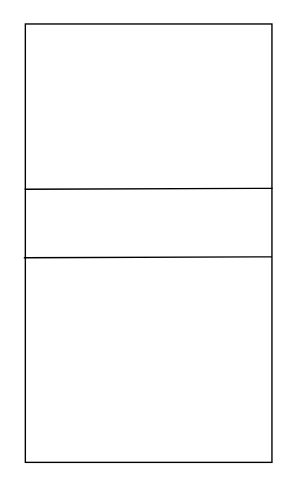
The draw.io diagram Map View.drawio in louisslater/AR-Detective-Game, before the edit. Source tidied: cells renumbered, new cells numbered last; positions are measured from the earlier drawing's top-left corner, leaving out a move shared by most shapes. Both pictures are drawn from the tidied source at 137%, with x=0, y=0 at pixel (23, 23).
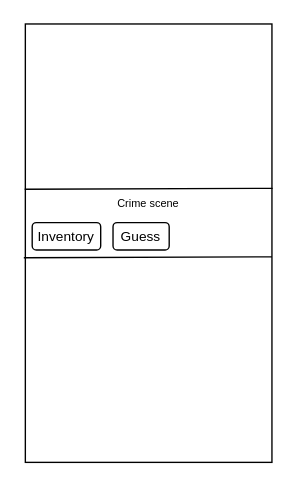
Above is the later version.

Change to the diagram source:
```diff
@@
 <mxGraphModel>
   <root>
     <mxCell id="0" />
     <mxCell id="1" parent="0" />
     <mxCell id="2" style="rounded=0;whiteSpace=wrap;html=1;" parent="1" vertex="1">
       <mxGeometry x="1" width="180" height="320" as="geometry" />
     </mxCell>
     <mxCell id="3" style="endArrow=none;html=1;rounded=0;entryX=1.006;entryY=0.432;entryDx=0;entryDy=0;entryPerimeter=0;exitX=0;exitY=0.434;exitDx=0;exitDy=0;exitPerimeter=0;" parent="1" edge="1">
       <mxGeometry relative="1" as="geometry">
         <mxPoint x="0.5" y="120.6" as="sourcePoint" />
         <mxPoint x="181.5" y="120" as="targetPoint" />
       </mxGeometry>
     </mxCell>
     <mxCell id="4" style="endArrow=none;html=1;rounded=0;entryX=1.006;entryY=0.432;entryDx=0;entryDy=0;entryPerimeter=0;exitX=0;exitY=0.434;exitDx=0;exitDy=0;exitPerimeter=0;" parent="1" edge="1">
       <mxGeometry relative="1" as="geometry">
         <mxPoint x="-0.1" y="170.6" as="sourcePoint" />
         <mxPoint x="181" y="170" as="targetPoint" />
       </mxGeometry>
     </mxCell>
+    <mxCell id="5" value="&lt;font size=&quot;1&quot;&gt;Inventory&lt;/font&gt;" style="rounded=1;whiteSpace=wrap;html=1;" parent="1" vertex="1">
+      <mxGeometry x="6" y="145" width="50" height="20" as="geometry" />
+    </mxCell>
+    <mxCell id="6" value="&lt;font size=&quot;1&quot;&gt;Guess&lt;/font&gt;" style="rounded=1;whiteSpace=wrap;html=1;" parent="1" vertex="1">
+      <mxGeometry x="65" y="145" width="41" height="20" as="geometry" />
+    </mxCell>
+    <mxCell id="7" value="&lt;font style=&quot;font-size: 8px;&quot;&gt;Crime scene&lt;/font&gt;" style="text;html=1;align=center;verticalAlign=middle;whiteSpace=wrap;rounded=0;" parent="1" vertex="1">
+      <mxGeometry x="61" y="115" width="60" height="30" as="geometry" />
+    </mxCell>
   </root>
 </mxGraphModel>
```
